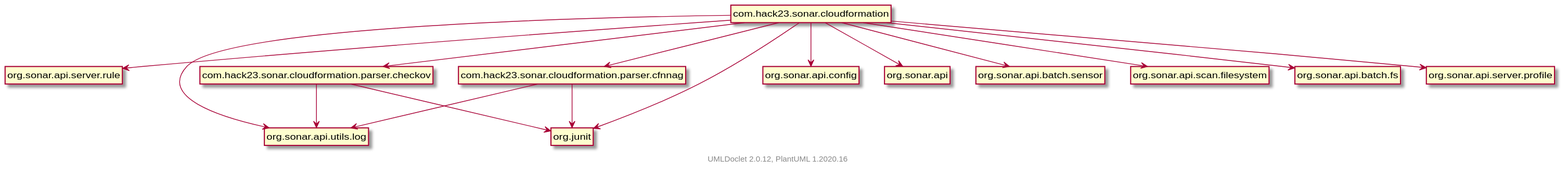
Before: testapidocs/package-dependencies.svg, a diagram exported from PlantUML (Hack23/sonar-cloudformation-plugin). The source it was exported from:
```plantuml
@startuml
    set namespaceSeparator none
    hide circle
    hide empty fields
    hide empty methods

    com.hack23.sonar.cloudformation --> org.sonar.api.server.rule
    com.hack23.sonar.cloudformation --> org.sonar.api.utils.log
    com.hack23.sonar.cloudformation --> org.sonar.api.config
    com.hack23.sonar.cloudformation --> org.sonar.api
    com.hack23.sonar.cloudformation --> org.sonar.api.batch.sensor
    com.hack23.sonar.cloudformation --> com.hack23.sonar.cloudformation.parser.cfnnag
    com.hack23.sonar.cloudformation --> com.hack23.sonar.cloudformation.parser.checkov
    com.hack23.sonar.cloudformation --> org.sonar.api.scan.filesystem
    com.hack23.sonar.cloudformation --> org.sonar.api.batch.fs
    com.hack23.sonar.cloudformation --> org.sonar.api.server.profile
    com.hack23.sonar.cloudformation --> org.junit
    com.hack23.sonar.cloudformation.parser.checkov --> org.sonar.api.utils.log
    com.hack23.sonar.cloudformation.parser.checkov --> org.junit
    com.hack23.sonar.cloudformation.parser.cfnnag --> org.sonar.api.utils.log
    com.hack23.sonar.cloudformation.parser.cfnnag --> org.junit

    class "com.hack23.sonar.cloudformation" [[com/hack23/sonar/cloudformation/package-summary.html]] {
    }
    class "com.hack23.sonar.cloudformation.parser.cfnnag" [[com/hack23/sonar/cloudformation/parser/cfnnag/package-summary.html]] {
    }
    class "com.hack23.sonar.cloudformation.parser.checkov" [[com/hack23/sonar/cloudformation/parser/checkov/package-summary.html]] {
    }

    center footer UMLDoclet 2.0.12, PlantUML 1.2020.16
@enduml
```
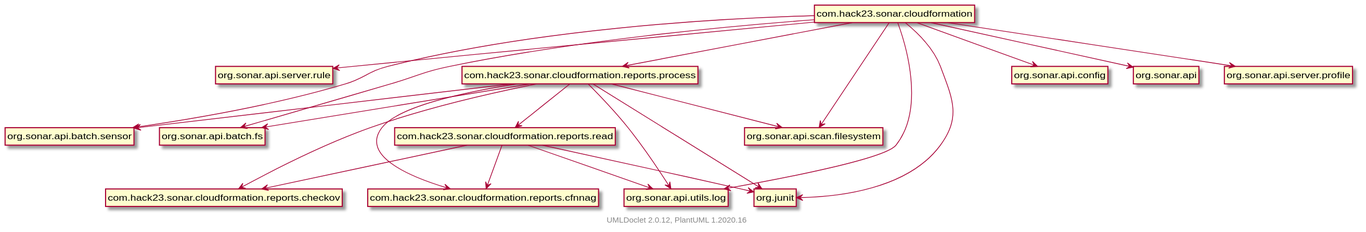
Later version of the same file.

The edit, as a diff of the source:
```diff
@@ -9,22 +9,33 @@
     com.hack23.sonar.cloudformation --> org.sonar.api.config
     com.hack23.sonar.cloudformation --> org.sonar.api
     com.hack23.sonar.cloudformation --> org.sonar.api.batch.sensor
-    com.hack23.sonar.cloudformation --> com.hack23.sonar.cloudformation.parser.cfnnag
-    com.hack23.sonar.cloudformation --> com.hack23.sonar.cloudformation.parser.checkov
+    com.hack23.sonar.cloudformation --> com.hack23.sonar.cloudformation.reports.process
+    com.hack23.sonar.cloudformation --> org.sonar.api.batch.fs
     com.hack23.sonar.cloudformation --> org.sonar.api.scan.filesystem
-    com.hack23.sonar.cloudformation --> org.sonar.api.batch.fs
     com.hack23.sonar.cloudformation --> org.sonar.api.server.profile
     com.hack23.sonar.cloudformation --> org.junit
-    com.hack23.sonar.cloudformation.parser.checkov --> org.sonar.api.utils.log
-    com.hack23.sonar.cloudformation.parser.checkov --> org.junit
-    com.hack23.sonar.cloudformation.parser.cfnnag --> org.sonar.api.utils.log
-    com.hack23.sonar.cloudformation.parser.cfnnag --> org.junit
+    com.hack23.sonar.cloudformation.reports.read --> org.sonar.api.utils.log
+    com.hack23.sonar.cloudformation.reports.read --> com.hack23.sonar.cloudformation.reports.checkov
+    com.hack23.sonar.cloudformation.reports.read --> com.hack23.sonar.cloudformation.reports.cfnnag
+    com.hack23.sonar.cloudformation.reports.read --> org.junit
+    com.hack23.sonar.cloudformation.reports.process --> org.sonar.api.utils.log
+    com.hack23.sonar.cloudformation.reports.process --> com.hack23.sonar.cloudformation.reports.read
+    com.hack23.sonar.cloudformation.reports.process --> org.sonar.api.scan.filesystem
+    com.hack23.sonar.cloudformation.reports.process --> org.sonar.api.batch.fs
+    com.hack23.sonar.cloudformation.reports.process --> org.sonar.api.batch.sensor
+    com.hack23.sonar.cloudformation.reports.process --> com.hack23.sonar.cloudformation.reports.cfnnag
+    com.hack23.sonar.cloudformation.reports.process --> com.hack23.sonar.cloudformation.reports.checkov
+    com.hack23.sonar.cloudformation.reports.process --> org.junit
 
     class "com.hack23.sonar.cloudformation" [[com/hack23/sonar/cloudformation/package-summary.html]] {
     }
-    class "com.hack23.sonar.cloudformation.parser.cfnnag" [[com/hack23/sonar/cloudformation/parser/cfnnag/package-summary.html]] {
+    class "com.hack23.sonar.cloudformation.reports.process" [[com/hack23/sonar/cloudformation/reports/process/package-summary.html]] {
     }
-    class "com.hack23.sonar.cloudformation.parser.checkov" [[com/hack23/sonar/cloudformation/parser/checkov/package-summary.html]] {
+    class "com.hack23.sonar.cloudformation.reports.read" [[com/hack23/sonar/cloudformation/reports/read/package-summary.html]] {
+    }
+    class "com.hack23.sonar.cloudformation.reports.checkov" [[com/hack23/sonar/cloudformation/reports/checkov/package-summary.html]] {
+    }
+    class "com.hack23.sonar.cloudformation.reports.cfnnag" [[com/hack23/sonar/cloudformation/reports/cfnnag/package-summary.html]] {
     }
 
     center footer UMLDoclet 2.0.12, PlantUML 1.2020.16
```
